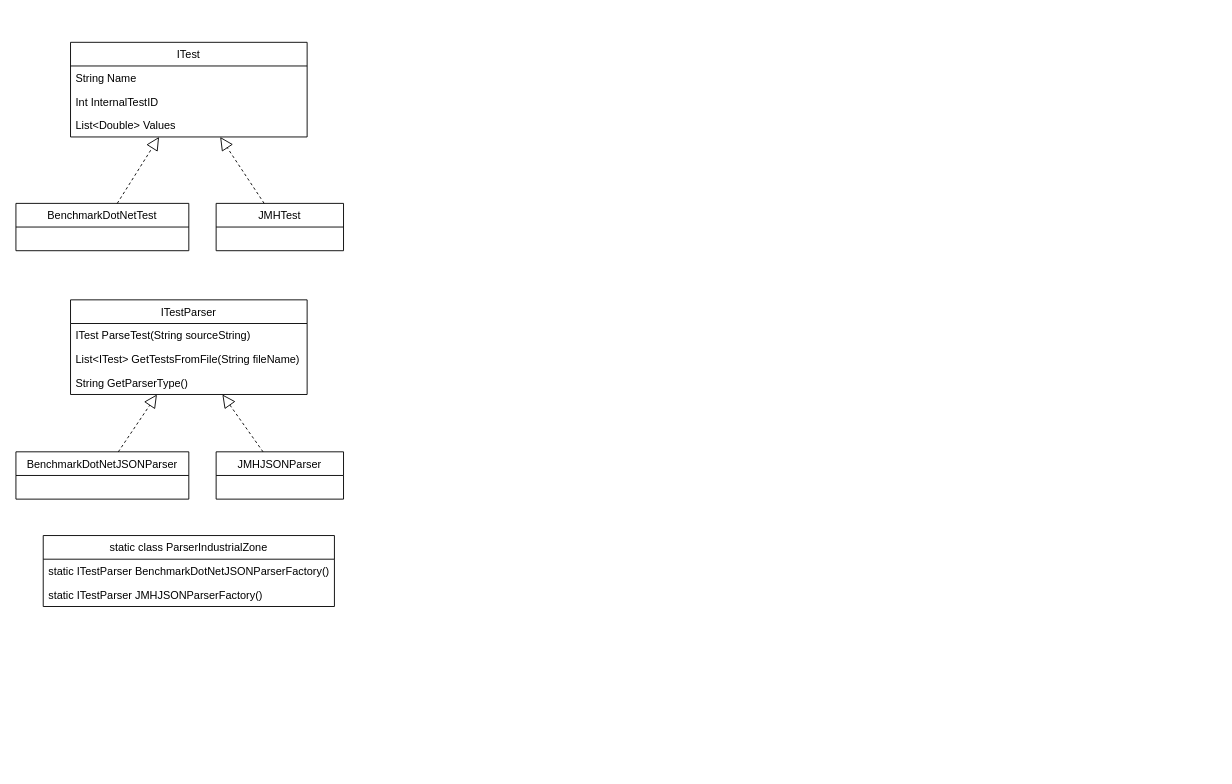
This is page "třídy" (6 of 6) of pute-diagramy.drawio from BigGargoyle/PerfEval, a draw.io file, before an edit. Source tidied: cells renumbered, new cells numbered last; positions are measured from the earlier drawing's top-left corner, leaving out a move shared by most shapes. Both pictures are drawn from the tidied source at 91%, with x=0, y=0 at pixel (15, 42).
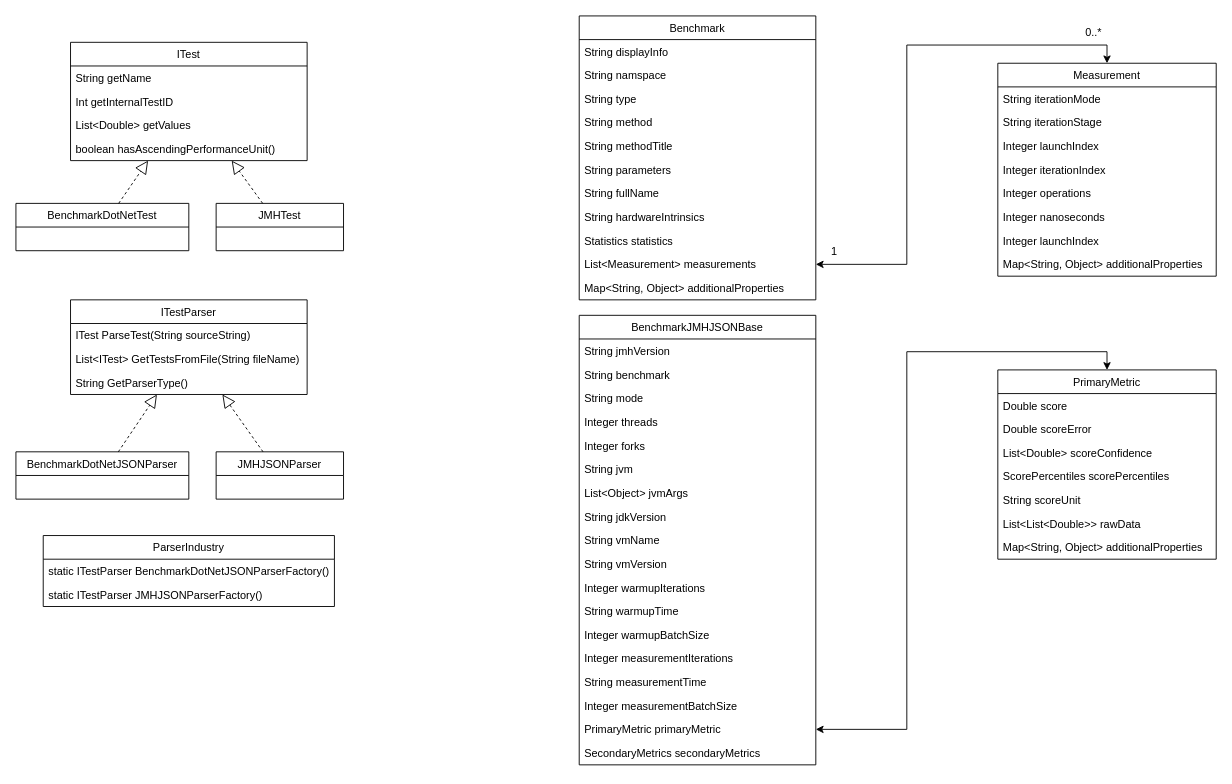
Above is the later version.

Diff of the diagram source:
```diff
@@
-    <mxCell id="2" value="ITest" style="swimlane;fontStyle=0;horizontal=1;startSize=26;fillColor=none;" parent="1" vertex="1">
-      <mxGeometry x="60" width="260" height="104" as="geometry" />
+    <mxCell id="2" value="ITest" style="swimlane;fontStyle=0;horizontal=1;startSize=26;" parent="1" vertex="1">
+      <mxGeometry x="60" width="260" height="130" as="geometry" />
     </mxCell>
-    <mxCell id="3" value="String Name" style="text;strokeColor=none;fillColor=none;align=left;verticalAlign=top;spacingLeft=4;spacingRight=4;overflow=hidden;" parent="2" vertex="1">
+    <mxCell id="3" value="String getName" style="text;strokeColor=none;fillColor=none;align=left;verticalAlign=top;spacingLeft=4;spacingRight=4;overflow=hidden;" parent="2" vertex="1">
       <mxGeometry y="26" width="260" height="26" as="geometry" />
     </mxCell>
-    <mxCell id="4" value="Int InternalTestID" style="text;strokeColor=none;fillColor=none;align=left;verticalAlign=top;spacingLeft=4;spacingRight=4;overflow=hidden;" parent="2" vertex="1">
+    <mxCell id="4" value="Int getInternalTestID" style="text;strokeColor=none;fillColor=none;align=left;verticalAlign=top;spacingLeft=4;spacingRight=4;overflow=hidden;" parent="2" vertex="1">
       <mxGeometry y="52" width="260" height="26" as="geometry" />
     </mxCell>
-    <mxCell id="5" value="List&lt;Double&gt; Values" style="text;strokeColor=none;fillColor=none;align=left;verticalAlign=top;spacingLeft=4;spacingRight=4;overflow=hidden;" parent="2" vertex="1">
+    <mxCell id="5" value="List&lt;Double&gt; getValues&#10;&#10;" style="text;strokeColor=none;fillColor=none;align=left;verticalAlign=top;spacingLeft=4;spacingRight=4;overflow=hidden;" parent="2" vertex="1">
       <mxGeometry y="78" width="260" height="26" as="geometry" />
     </mxCell>
+    <mxCell id="21" value="boolean hasAscendingPerformanceUnit()" style="text;strokeColor=none;fillColor=none;align=left;verticalAlign=top;spacingLeft=4;spacingRight=4;overflow=hidden;" parent="2" vertex="1">
+      <mxGeometry y="104" width="260" height="26" as="geometry" />
+    </mxCell>
@@
-    <mxCell id="18" value="static class ParserIndustrialZone" style="swimlane;fontStyle=0;horizontal=1;startSize=26;fillColor=none;" parent="1" vertex="1">
+    <mxCell id="18" value="ParserIndustry" style="swimlane;fontStyle=0;horizontal=1;startSize=26;fillColor=none;" parent="1" vertex="1">
       <mxGeometry x="30" y="542" width="320" height="78" as="geometry" />
     </mxCell>
@@
+    <mxCell id="22" value="Benchmark" style="swimlane;fontStyle=0;horizontal=1;startSize=26;fillColor=none;" parent="1" vertex="1">
+      <mxGeometry x="619" y="-29" width="260" height="312" as="geometry" />
+    </mxCell>
+    <mxCell id="23" value="String displayInfo" style="text;strokeColor=none;fillColor=none;align=left;verticalAlign=top;spacingLeft=4;spacingRight=4;overflow=hidden;" parent="22" vertex="1">
+      <mxGeometry y="26" width="260" height="26" as="geometry" />
+    </mxCell>
+    <mxCell id="24" value="String namspace" style="text;strokeColor=none;fillColor=none;align=left;verticalAlign=top;spacingLeft=4;spacingRight=4;overflow=hidden;" parent="22" vertex="1">
+      <mxGeometry y="52" width="260" height="26" as="geometry" />
+    </mxCell>
+    <mxCell id="25" value="String type" style="text;strokeColor=none;fillColor=none;align=left;verticalAlign=top;spacingLeft=4;spacingRight=4;overflow=hidden;" parent="22" vertex="1">
+      <mxGeometry y="78" width="260" height="26" as="geometry" />
+    </mxCell>
+    <mxCell id="26" value="String method" style="text;strokeColor=none;fillColor=none;align=left;verticalAlign=top;spacingLeft=4;spacingRight=4;overflow=hidden;" parent="22" vertex="1">
+      <mxGeometry y="104" width="260" height="26" as="geometry" />
+    </mxCell>
+    <mxCell id="27" value="String methodTitle" style="text;strokeColor=none;fillColor=none;align=left;verticalAlign=top;spacingLeft=4;spacingRight=4;overflow=hidden;" parent="22" vertex="1">
+      <mxGeometry y="130" width="260" height="26" as="geometry" />
+    </mxCell>
+    <mxCell id="28" value="String parameters" style="text;strokeColor=none;fillColor=none;align=left;verticalAlign=top;spacingLeft=4;spacingRight=4;overflow=hidden;" parent="22" vertex="1">
+      <mxGeometry y="156" width="260" height="26" as="geometry" />
+    </mxCell>
+    <mxCell id="29" value="String fullName" style="text;strokeColor=none;fillColor=none;align=left;verticalAlign=top;spacingLeft=4;spacingRight=4;overflow=hidden;" parent="22" vertex="1">
+      <mxGeometry y="182" width="260" height="26" as="geometry" />
+    </mxCell>
+    <mxCell id="30" value="String hardwareIntrinsics" style="text;strokeColor=none;fillColor=none;align=left;verticalAlign=top;spacingLeft=4;spacingRight=4;overflow=hidden;" parent="22" vertex="1">
+      <mxGeometry y="208" width="260" height="26" as="geometry" />
+    </mxCell>
+    <mxCell id="31" value="Statistics statistics" style="text;strokeColor=none;fillColor=none;align=left;verticalAlign=top;spacingLeft=4;spacingRight=4;overflow=hidden;" parent="22" vertex="1">
+      <mxGeometry y="234" width="260" height="26" as="geometry" />
+    </mxCell>
+    <mxCell id="32" value="List&lt;Measurement&gt; measurements" style="text;strokeColor=none;fillColor=none;align=left;verticalAlign=top;spacingLeft=4;spacingRight=4;overflow=hidden;points=[[0,0.5],[1,0.5]];portConstraint=eastwest;" parent="22" vertex="1">
+      <mxGeometry y="260" width="260" height="26" as="geometry" />
+    </mxCell>
+    <mxCell id="33" value="Map&lt;String, Object&gt; additionalProperties" style="text;strokeColor=none;fillColor=none;align=left;verticalAlign=top;spacingLeft=4;spacingRight=4;overflow=hidden;" parent="22" vertex="1">
+      <mxGeometry y="286" width="260" height="26" as="geometry" />
+    </mxCell>
+    <mxCell id="34" value="Measurement" style="swimlane;fontStyle=0;horizontal=1;startSize=26;fillColor=none;" parent="1" vertex="1">
+      <mxGeometry x="1079" y="23" width="240" height="234" as="geometry" />
+    </mxCell>
+    <mxCell id="35" value="String iterationMode" style="text;strokeColor=none;fillColor=none;align=left;verticalAlign=top;spacingLeft=4;spacingRight=4;overflow=hidden;" parent="34" vertex="1">
+      <mxGeometry y="26" width="240" height="26" as="geometry" />
+    </mxCell>
+    <mxCell id="36" value="String iterationStage" style="text;strokeColor=none;fillColor=none;align=left;verticalAlign=top;spacingLeft=4;spacingRight=4;overflow=hidden;" parent="34" vertex="1">
+      <mxGeometry y="52" width="240" height="26" as="geometry" />
+    </mxCell>
+    <mxCell id="37" value="Integer launchIndex" style="text;strokeColor=none;fillColor=none;align=left;verticalAlign=top;spacingLeft=4;spacingRight=4;overflow=hidden;" parent="34" vertex="1">
+      <mxGeometry y="78" width="240" height="26" as="geometry" />
+    </mxCell>
+    <mxCell id="38" value="Integer iterationIndex" style="text;strokeColor=none;fillColor=none;align=left;verticalAlign=top;spacingLeft=4;spacingRight=4;overflow=hidden;" parent="34" vertex="1">
+      <mxGeometry y="104" width="240" height="26" as="geometry" />
+    </mxCell>
+    <mxCell id="39" value="Integer operations" style="text;strokeColor=none;fillColor=none;align=left;verticalAlign=top;spacingLeft=4;spacingRight=4;overflow=hidden;" parent="34" vertex="1">
+      <mxGeometry y="130" width="240" height="26" as="geometry" />
+    </mxCell>
+    <mxCell id="40" value="Integer nanoseconds" style="text;strokeColor=none;fillColor=none;align=left;verticalAlign=top;spacingLeft=4;spacingRight=4;overflow=hidden;" parent="34" vertex="1">
+      <mxGeometry y="156" width="240" height="26" as="geometry" />
+    </mxCell>
+    <mxCell id="41" value="Integer launchIndex" style="text;strokeColor=none;fillColor=none;align=left;verticalAlign=top;spacingLeft=4;spacingRight=4;overflow=hidden;" parent="34" vertex="1">
+      <mxGeometry y="182" width="240" height="26" as="geometry" />
+    </mxCell>
+    <mxCell id="42" value="Map&lt;String, Object&gt; additionalProperties" style="text;strokeColor=none;fillColor=none;align=left;verticalAlign=top;spacingLeft=4;spacingRight=4;overflow=hidden;" parent="34" vertex="1">
+      <mxGeometry y="208" width="240" height="26" as="geometry" />
+    </mxCell>
+    <mxCell id="43" style="edgeStyle=orthogonalEdgeStyle;rounded=0;jettySize=auto;html=1;exitX=1;exitY=0.5;exitDx=0;exitDy=0;entryX=0.5;entryY=0;entryDx=0;entryDy=0;startArrow=classic;startFill=1;" parent="1" edge="1" source="32" target="34">
+      <mxGeometry relative="1" as="geometry" />
+    </mxCell>
+    <mxCell id="44" value="1" style="text;html=1;align=center;verticalAlign=middle;" parent="1" vertex="1">
+      <mxGeometry x="889" y="220" width="20" height="20" as="geometry" />
+    </mxCell>
+    <mxCell id="45" value="0..*" style="text;html=1;align=center;verticalAlign=middle;" parent="1" vertex="1">
+      <mxGeometry x="1169" y="-20" width="30" height="20" as="geometry" />
+    </mxCell>
+    <mxCell id="46" value="BenchmarkJMHJSONBase" style="swimlane;fontStyle=0;horizontal=1;startSize=26;fillColor=none;" parent="1" vertex="1">
+      <mxGeometry x="619" y="300" width="260" height="494" as="geometry" />
+    </mxCell>
+    <mxCell id="47" value="String jmhVersion" style="text;strokeColor=none;fillColor=none;align=left;verticalAlign=top;spacingLeft=4;spacingRight=4;overflow=hidden;" parent="46" vertex="1">
+      <mxGeometry y="26" width="260" height="26" as="geometry" />
+    </mxCell>
+    <mxCell id="48" value="String benchmark" style="text;strokeColor=none;fillColor=none;align=left;verticalAlign=top;spacingLeft=4;spacingRight=4;overflow=hidden;" parent="46" vertex="1">
+      <mxGeometry y="52" width="260" height="26" as="geometry" />
+    </mxCell>
+    <mxCell id="49" value="String mode" style="text;strokeColor=none;fillColor=none;align=left;verticalAlign=top;spacingLeft=4;spacingRight=4;overflow=hidden;" parent="46" vertex="1">
+      <mxGeometry y="78" width="260" height="26" as="geometry" />
+    </mxCell>
+    <mxCell id="50" value="Integer threads" style="text;strokeColor=none;fillColor=none;align=left;verticalAlign=top;spacingLeft=4;spacingRight=4;overflow=hidden;" parent="46" vertex="1">
+      <mxGeometry y="104" width="260" height="26" as="geometry" />
+    </mxCell>
+    <mxCell id="51" value="Integer forks" style="text;strokeColor=none;fillColor=none;align=left;verticalAlign=top;spacingLeft=4;spacingRight=4;overflow=hidden;" parent="46" vertex="1">
+      <mxGeometry y="130" width="260" height="26" as="geometry" />
+    </mxCell>
+    <mxCell id="52" value="String jvm" style="text;strokeColor=none;fillColor=none;align=left;verticalAlign=top;spacingLeft=4;spacingRight=4;overflow=hidden;" parent="46" vertex="1">
+      <mxGeometry y="156" width="260" height="26" as="geometry" />
+    </mxCell>
+    <mxCell id="53" value="List&lt;Object&gt; jvmArgs" style="text;strokeColor=none;fillColor=none;align=left;verticalAlign=top;spacingLeft=4;spacingRight=4;overflow=hidden;" parent="46" vertex="1">
+      <mxGeometry y="182" width="260" height="26" as="geometry" />
+    </mxCell>
+    <mxCell id="54" value="String jdkVersion" style="text;strokeColor=none;fillColor=none;align=left;verticalAlign=top;spacingLeft=4;spacingRight=4;overflow=hidden;" parent="46" vertex="1">
+      <mxGeometry y="208" width="260" height="26" as="geometry" />
+    </mxCell>
+    <mxCell id="55" value="String vmName" style="text;strokeColor=none;fillColor=none;align=left;verticalAlign=top;spacingLeft=4;spacingRight=4;overflow=hidden;" parent="46" vertex="1">
+      <mxGeometry y="234" width="260" height="26" as="geometry" />
+    </mxCell>
+    <mxCell id="56" value="String vmVersion" style="text;strokeColor=none;fillColor=none;align=left;verticalAlign=top;spacingLeft=4;spacingRight=4;overflow=hidden;" parent="46" vertex="1">
+      <mxGeometry y="260" width="260" height="26" as="geometry" />
+    </mxCell>
+    <mxCell id="57" value="Integer warmupIterations" style="text;strokeColor=none;fillColor=none;align=left;verticalAlign=top;spacingLeft=4;spacingRight=4;overflow=hidden;" parent="46" vertex="1">
+      <mxGeometry y="286" width="260" height="26" as="geometry" />
+    </mxCell>
+    <mxCell id="58" value="String warmupTime" style="text;strokeColor=none;fillColor=none;align=left;verticalAlign=top;spacingLeft=4;spacingRight=4;overflow=hidden;" parent="46" vertex="1">
+      <mxGeometry y="312" width="260" height="26" as="geometry" />
+    </mxCell>
+    <mxCell id="59" value="Integer warmupBatchSize" style="text;strokeColor=none;fillColor=none;align=left;verticalAlign=top;spacingLeft=4;spacingRight=4;overflow=hidden;" parent="46" vertex="1">
+      <mxGeometry y="338" width="260" height="26" as="geometry" />
+    </mxCell>
+    <mxCell id="60" value="Integer measurementIterations" style="text;strokeColor=none;fillColor=none;align=left;verticalAlign=top;spacingLeft=4;spacingRight=4;overflow=hidden;" parent="46" vertex="1">
+      <mxGeometry y="364" width="260" height="26" as="geometry" />
+    </mxCell>
+    <mxCell id="61" value="String measurementTime" style="text;strokeColor=none;fillColor=none;align=left;verticalAlign=top;spacingLeft=4;spacingRight=4;overflow=hidden;" parent="46" vertex="1">
+      <mxGeometry y="390" width="260" height="26" as="geometry" />
+    </mxCell>
+    <mxCell id="62" value="Integer measurementBatchSize" style="text;strokeColor=none;fillColor=none;align=left;verticalAlign=top;spacingLeft=4;spacingRight=4;overflow=hidden;" parent="46" vertex="1">
+      <mxGeometry y="416" width="260" height="26" as="geometry" />
+    </mxCell>
+    <mxCell id="63" value="PrimaryMetric primaryMetric" style="text;strokeColor=none;fillColor=none;align=left;verticalAlign=top;spacingLeft=4;spacingRight=4;overflow=hidden;points=[[0,0.5],[1,0.5]];portConstraint=eastwest;" parent="46" vertex="1">
+      <mxGeometry y="442" width="260" height="26" as="geometry" />
+    </mxCell>
+    <mxCell id="64" value="SecondaryMetrics secondaryMetrics" style="text;strokeColor=none;fillColor=none;align=left;verticalAlign=top;spacingLeft=4;spacingRight=4;overflow=hidden;" parent="46" vertex="1">
+      <mxGeometry y="468" width="260" height="26" as="geometry" />
+    </mxCell>
+    <mxCell id="65" value="PrimaryMetric" style="swimlane;fontStyle=0;horizontal=1;startSize=26;fillColor=none;" parent="1" vertex="1">
+      <mxGeometry x="1079" y="360" width="240" height="208" as="geometry" />
+    </mxCell>
+    <mxCell id="66" value="Double score" style="text;strokeColor=none;fillColor=none;align=left;verticalAlign=top;spacingLeft=4;spacingRight=4;overflow=hidden;" parent="65" vertex="1">
+      <mxGeometry y="26" width="240" height="26" as="geometry" />
+    </mxCell>
+    <mxCell id="67" value="Double scoreError" style="text;strokeColor=none;fillColor=none;align=left;verticalAlign=top;spacingLeft=4;spacingRight=4;overflow=hidden;" parent="65" vertex="1">
+      <mxGeometry y="52" width="240" height="26" as="geometry" />
+    </mxCell>
+    <mxCell id="68" value="List&lt;Double&gt; scoreConfidence" style="text;strokeColor=none;fillColor=none;align=left;verticalAlign=top;spacingLeft=4;spacingRight=4;overflow=hidden;" parent="65" vertex="1">
+      <mxGeometry y="78" width="240" height="26" as="geometry" />
+    </mxCell>
+    <mxCell id="69" value="ScorePercentiles scorePercentiles" style="text;strokeColor=none;fillColor=none;align=left;verticalAlign=top;spacingLeft=4;spacingRight=4;overflow=hidden;" parent="65" vertex="1">
+      <mxGeometry y="104" width="240" height="26" as="geometry" />
+    </mxCell>
+    <mxCell id="70" value="String scoreUnit" style="text;strokeColor=none;fillColor=none;align=left;verticalAlign=top;spacingLeft=4;spacingRight=4;overflow=hidden;" parent="65" vertex="1">
+      <mxGeometry y="130" width="240" height="26" as="geometry" />
+    </mxCell>
+    <mxCell id="71" value="List&lt;List&lt;Double&gt;&gt; rawData" style="text;strokeColor=none;fillColor=none;align=left;verticalAlign=top;spacingLeft=4;spacingRight=4;overflow=hidden;" parent="65" vertex="1">
+      <mxGeometry y="156" width="240" height="26" as="geometry" />
+    </mxCell>
+    <mxCell id="72" value="Map&lt;String, Object&gt; additionalProperties" style="text;strokeColor=none;fillColor=none;align=left;verticalAlign=top;spacingLeft=4;spacingRight=4;overflow=hidden;" parent="65" vertex="1">
+      <mxGeometry y="182" width="240" height="26" as="geometry" />
+    </mxCell>
+    <mxCell id="73" style="edgeStyle=orthogonalEdgeStyle;rounded=0;jettySize=auto;html=1;exitX=1;exitY=0.5;exitDx=0;exitDy=0;entryX=0.5;entryY=0;entryDx=0;entryDy=0;startArrow=classic;startFill=1;" parent="1" edge="1" source="63" target="65">
+      <mxGeometry relative="1" as="geometry" />
+    </mxCell>
```
